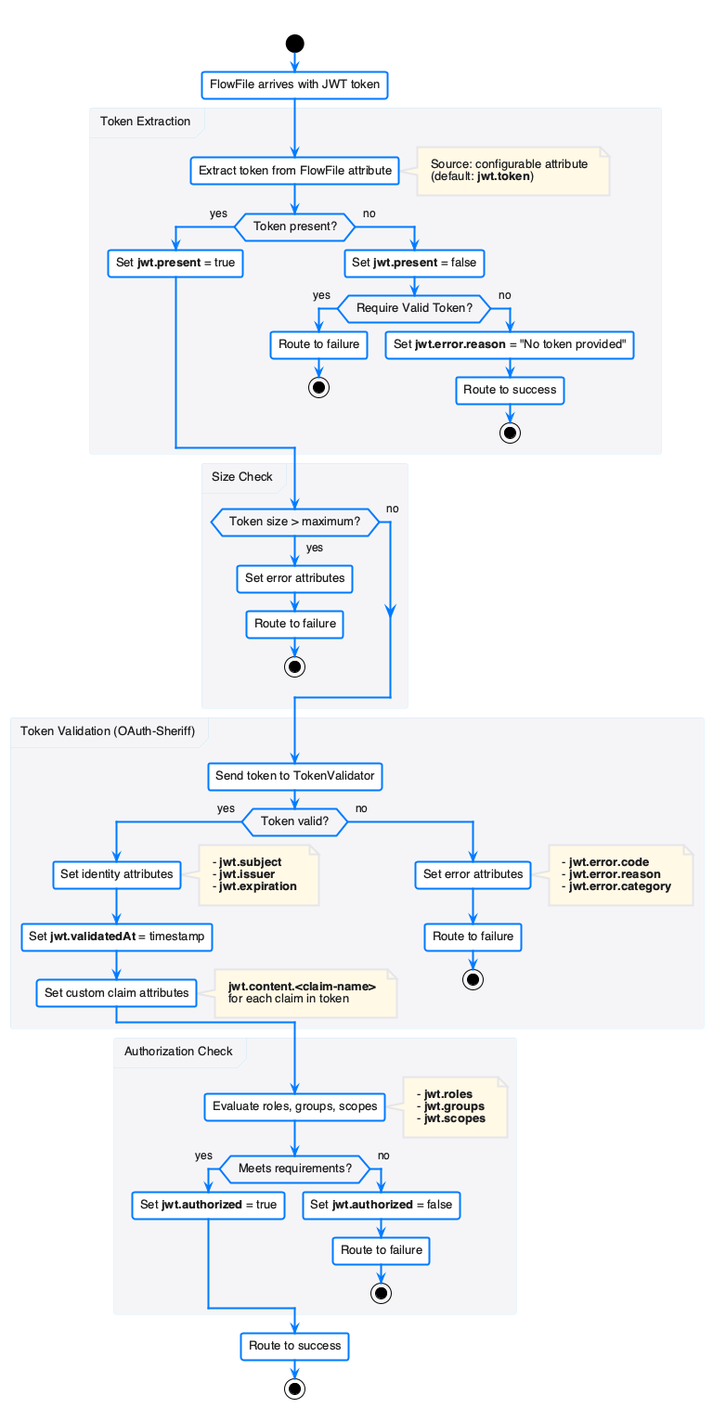
The PlantUML diagram doc/plantuml/jwt-token-flow.png in cuioss/nifi-extensions, before a commit.
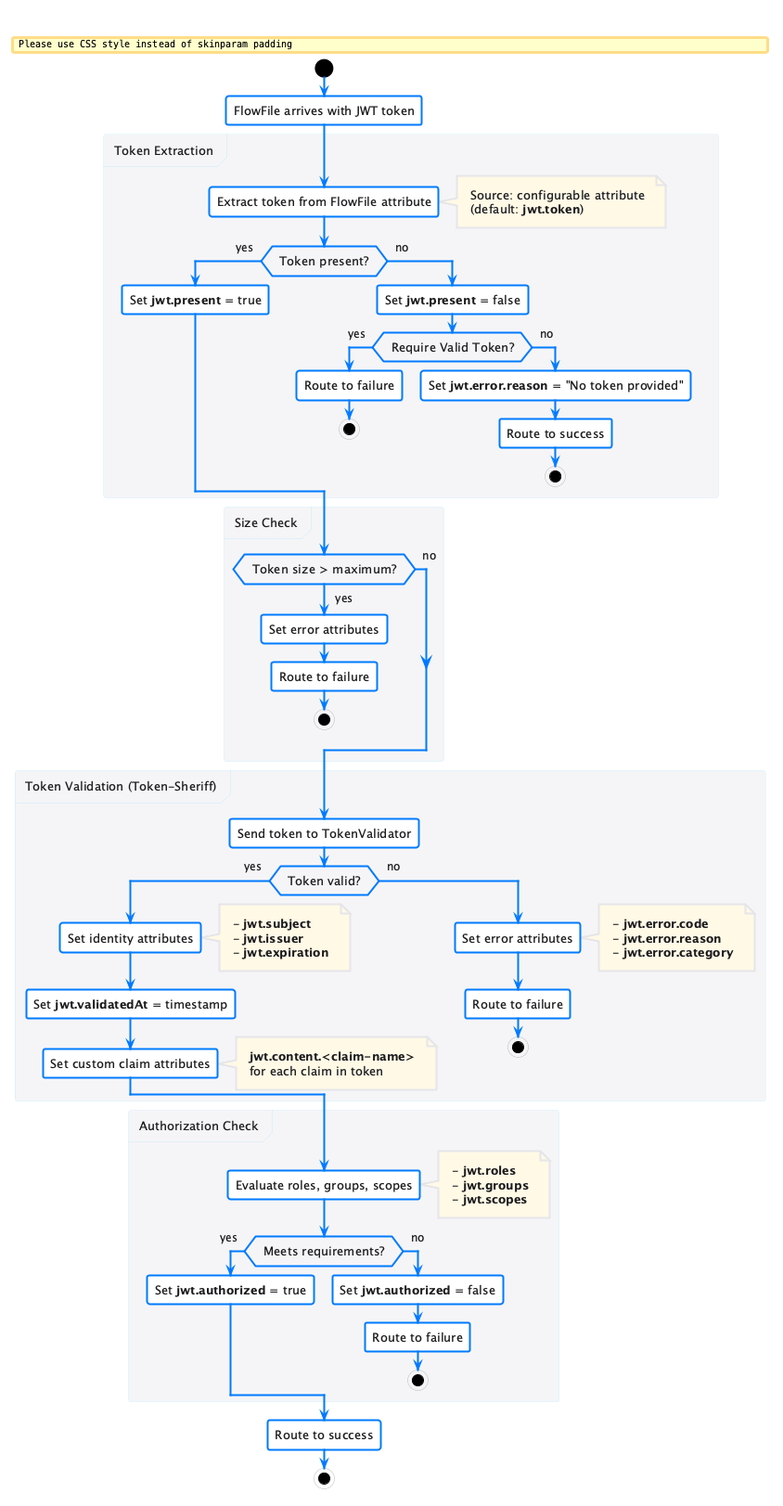
Above is the later version.

Change to the diagram source:
```diff
@@ -39,7 +39,7 @@
   endif
 }
 
-partition "Token Validation (OAuth-Sheriff)" {
+partition "Token Validation (Token-Sheriff)" {
   :Send token to TokenValidator;
 
   if (Token valid?) then (yes)
```
